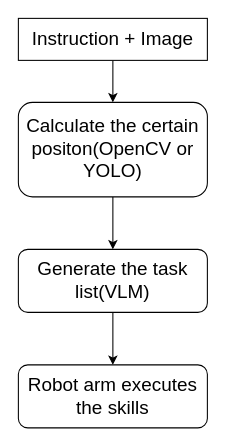
The draw.io diagram 5_8.drawio in Haochen-He152/draw-io, before the edit. Source tidied: cells renumbered, new cells numbered last; positions are measured from the earlier drawing's top-left corner, leaving out a move shared by most shapes. Both pictures are drawn from the tidied source at 105%, with x=0, y=0 at pixel (18, 18).
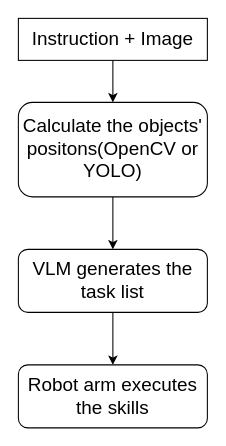
After the change.

Change to the diagram source:
```diff
@@
 <mxGraphModel>
   <root>
     <mxCell id="0" />
     <mxCell id="1" parent="0" />
     <mxCell id="2" style="edgeStyle=orthogonalEdgeStyle;rounded=0;jettySize=auto;html=1;exitX=0.5;exitY=1;exitDx=0;exitDy=0;entryX=0.5;entryY=0;entryDx=0;entryDy=0;" parent="1" edge="1" source="3" target="5">
       <mxGeometry relative="1" as="geometry" />
     </mxCell>
     <mxCell id="3" value="&lt;font style=&quot;font-size: 18px;&quot;&gt;Instruction + Image&lt;/font&gt;" style="rounded=0;whiteSpace=wrap;html=1;" parent="1" vertex="1">
       <mxGeometry width="180" height="40" as="geometry" />
     </mxCell>
     <mxCell id="4" style="edgeStyle=orthogonalEdgeStyle;rounded=0;jettySize=auto;html=1;exitX=0.5;exitY=1;exitDx=0;exitDy=0;entryX=0.5;entryY=0;entryDx=0;entryDy=0;" parent="1" edge="1" source="5" target="7">
       <mxGeometry relative="1" as="geometry" />
     </mxCell>
-    <mxCell id="5" value="&lt;font style=&quot;font-size: 18px;&quot;&gt;Calculate the certain positon(OpenCV or YOLO)&lt;/font&gt;" style="rounded=1;whiteSpace=wrap;html=1;" parent="1" vertex="1">
+    <mxCell id="5" value="&lt;font style=&quot;font-size: 18px;&quot;&gt;Calculate the objects' positons(OpenCV or YOLO)&lt;/font&gt;" style="rounded=1;whiteSpace=wrap;html=1;" parent="1" vertex="1">
       <mxGeometry y="80" width="180" height="90" as="geometry" />
     </mxCell>
     <mxCell id="6" style="edgeStyle=orthogonalEdgeStyle;rounded=0;jettySize=auto;html=1;exitX=0.5;exitY=1;exitDx=0;exitDy=0;entryX=0.5;entryY=0;entryDx=0;entryDy=0;" parent="1" edge="1" source="7" target="8">
       <mxGeometry relative="1" as="geometry" />
     </mxCell>
-    <mxCell id="7" value="&lt;font style=&quot;font-size: 18px;&quot;&gt;Generate the task list(VLM)&lt;/font&gt;" style="rounded=1;whiteSpace=wrap;html=1;" parent="1" vertex="1">
+    <mxCell id="7" value="&lt;font style=&quot;font-size: 18px;&quot;&gt;VLM generates the task list&lt;/font&gt;" style="rounded=1;whiteSpace=wrap;html=1;" parent="1" vertex="1">
       <mxGeometry y="220" width="180" height="60" as="geometry" />
     </mxCell>
     <mxCell id="8" value="&lt;font style=&quot;font-size: 18px;&quot;&gt;Robot arm executes the skills&lt;/font&gt;" style="rounded=1;whiteSpace=wrap;html=1;" parent="1" vertex="1">
       <mxGeometry y="330" width="180" height="60" as="geometry" />
     </mxCell>
   </root>
 </mxGraphModel>
```
